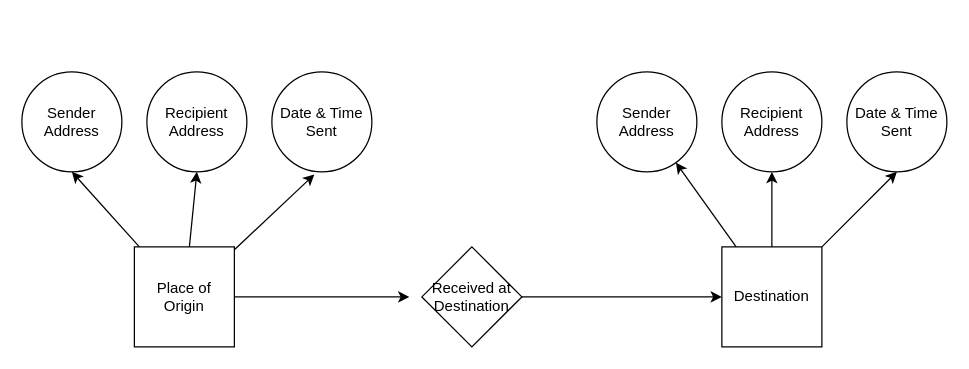
The draw.io diagram concept/02-requirements-diagram.drawio in mbalabanov/CFLMS-MarinBalabanov-CodeReview-09, before the edit. Source tidied: cells renumbered, new cells numbered last; positions are measured from the earlier drawing's top-left corner, leaving out a move shared by most shapes. Both pictures are drawn from the tidied source at 125%, with x=0, y=0 at pixel (21, 71).
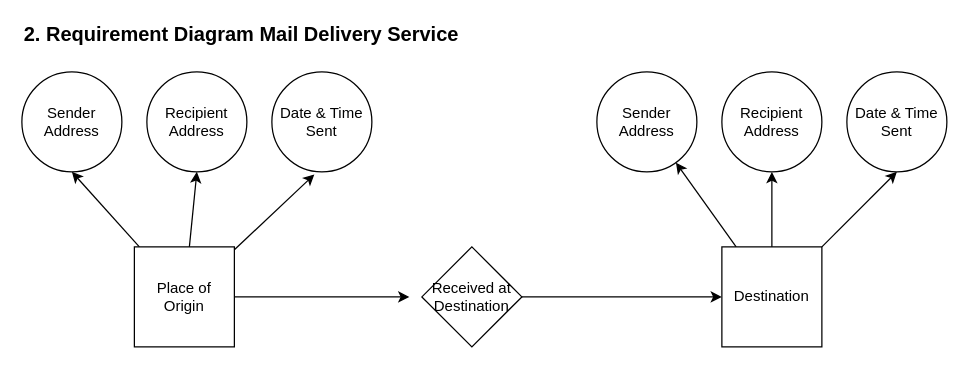
Above is the later version.

What changed in the source:
```diff
@@
+    <mxCell id="19" value="2. Requirement Diagram Mail Delivery Service" style="text;html=1;strokeColor=none;fillColor=none;align=left;verticalAlign=middle;whiteSpace=wrap;rounded=0;fontStyle=1;fontSize=16;" parent="1" vertex="1">
+      <mxGeometry y="-40" width="380" height="20" as="geometry" />
+    </mxCell>
```
